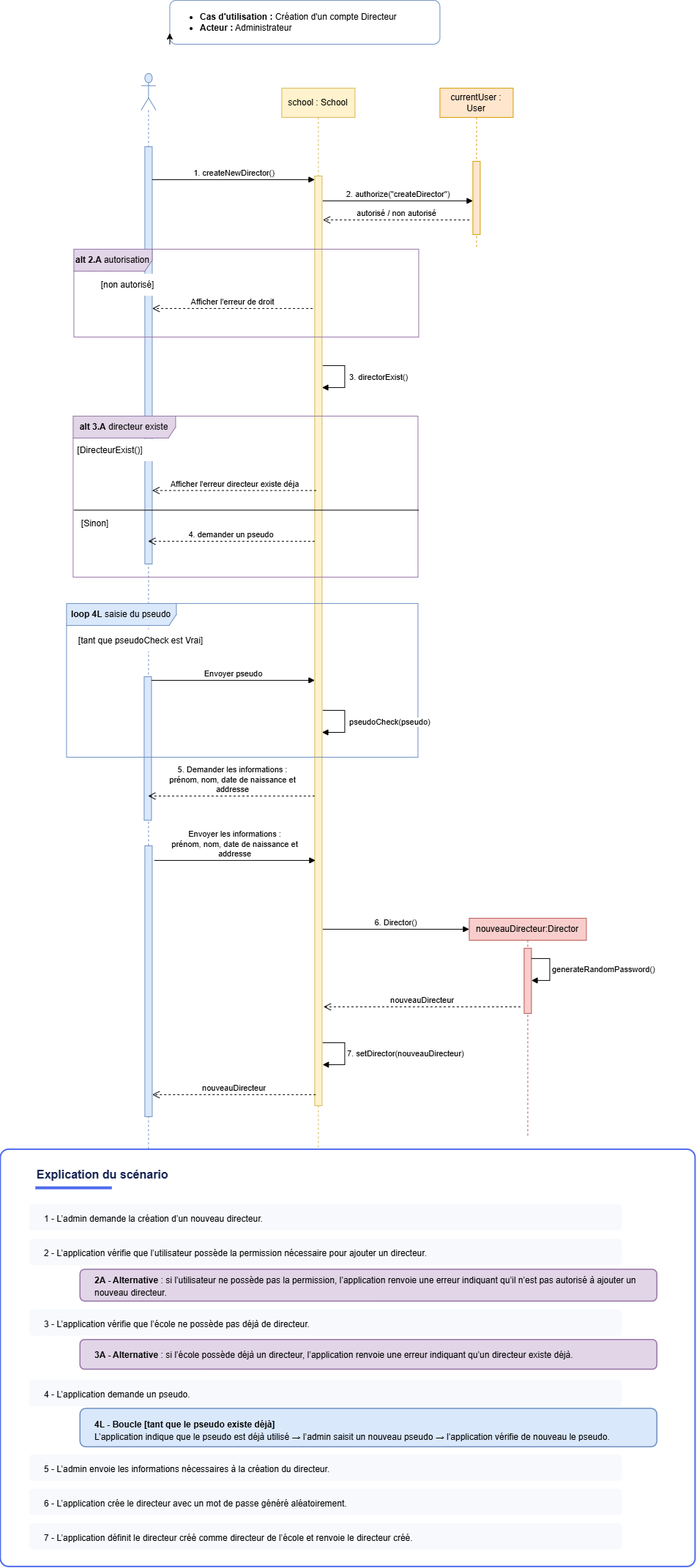
Above: Diagramme de séquences/diagramme de séquence-Création d'un compte Directeur.drawio.png in PinsolleP/UML_Ecole (draw.io), before the change. Source tidied: cells renumbered, new cells last; positions are measured from the earlier drawing's top-left corner, leaving out a move shared by most shapes.
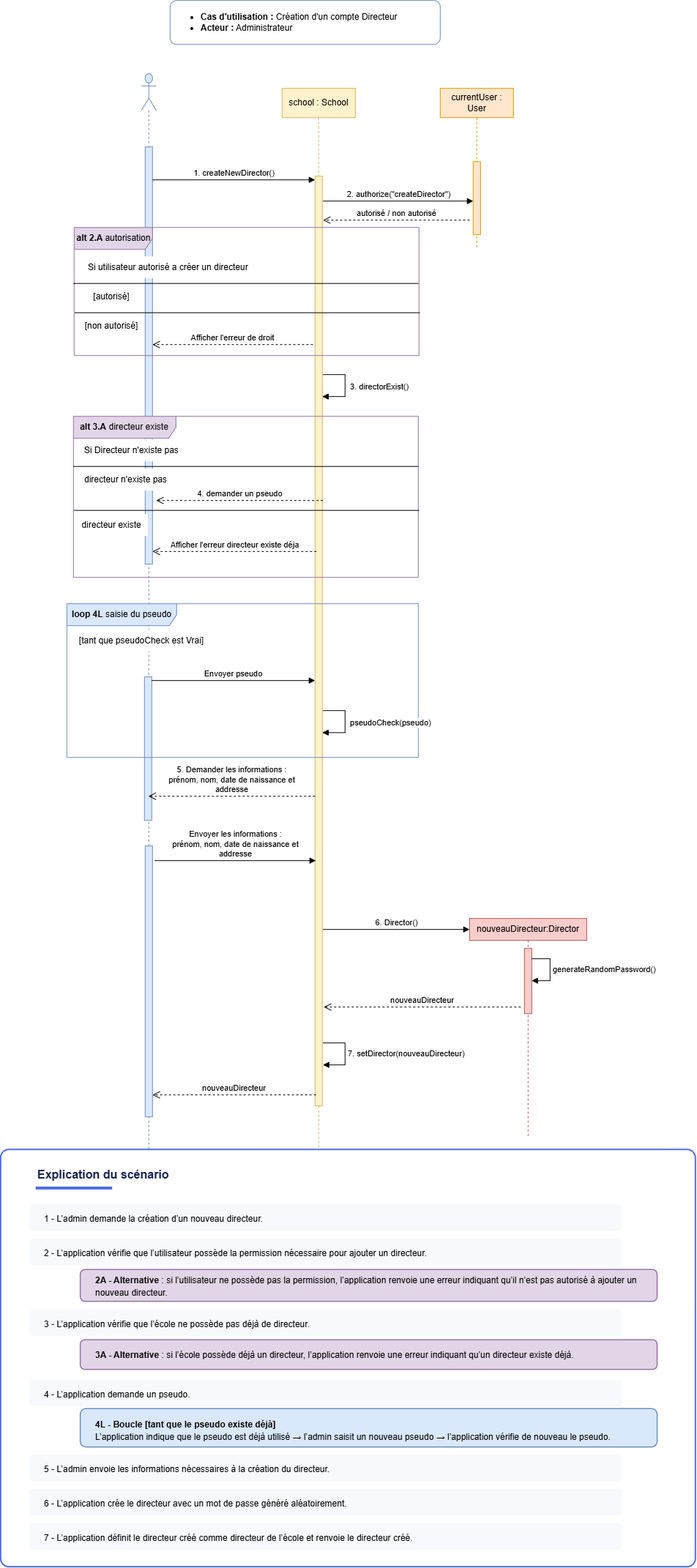
The same diagram one commit later.

Commit message:
Diagramme de séquence suite au retour du prof

Diff of the diagram source:
```diff
@@ -2,16 +2,16 @@
   <root>
     <mxCell id="0" />
     <mxCell id="1" parent="0" />
-    <mxCell id="2" style="shape=umlLifeline;perimeter=lifelinePerimeter;whiteSpace=wrap;html=1;newEdgeStyle={&quot;curved&quot;:0,&quot;rounded&quot;:0};participant=umlActor;size=50;fillColor=#dae8fc;strokeColor=#6c8ebf;" parent="1" vertex="1">
-      <mxGeometry x="192" y="100" width="20" height="1519" as="geometry" />
-    </mxCell>
+    <mxCell id="58" style="shape=umlLifeline;perimeter=lifelinePerimeter;whiteSpace=wrap;html=1;newEdgeStyle={&quot;curved&quot;:0,&quot;rounded&quot;:0};participant=umlActor;size=50;fillColor=#dae8fc;strokeColor=#6c8ebf;" parent="1" vertex="1">
+      <mxGeometry x="192" y="100" width="20" height="1519" as="geometry" />
+    </mxCell>
-    <mxCell id="3" style="html=1;points=[[0,0,0,0,5],[0,1,0,0,-5],[1,0,0,0,5],[1,1,0,0,-5]];perimeter=orthogonalPerimeter;outlineConnect=0;targetShapes=umlLifeline;portConstraint=eastwest;newEdgeStyle={&quot;curved&quot;:0,&quot;rounded&quot;:0};fillColor=#dae8fc;strokeColor=#6c8ebf;" parent="2" vertex="1">
+    <mxCell id="3" style="html=1;points=[[0,0,0,0,5],[0,1,0,0,-5],[1,0,0,0,5],[1,1,0,0,-5]];perimeter=orthogonalPerimeter;outlineConnect=0;targetShapes=umlLifeline;portConstraint=eastwest;newEdgeStyle={&quot;curved&quot;:0,&quot;rounded&quot;:0};fillColor=#dae8fc;strokeColor=#6c8ebf;" parent="58" vertex="1">
       <mxGeometry x="5" y="100" width="10" height="570" as="geometry" />
     </mxCell>
-    <mxCell id="4" style="html=1;points=[[0,0,0,0,5],[0,1,0,0,-5],[1,0,0,0,5],[1,1,0,0,-5]];perimeter=orthogonalPerimeter;outlineConnect=0;targetShapes=umlLifeline;portConstraint=eastwest;newEdgeStyle={&quot;curved&quot;:0,&quot;rounded&quot;:0};fillColor=#dae8fc;strokeColor=#6c8ebf;" parent="2" vertex="1">
+    <mxCell id="4" style="html=1;points=[[0,0,0,0,5],[0,1,0,0,-5],[1,0,0,0,5],[1,1,0,0,-5]];perimeter=orthogonalPerimeter;outlineConnect=0;targetShapes=umlLifeline;portConstraint=eastwest;newEdgeStyle={&quot;curved&quot;:0,&quot;rounded&quot;:0};fillColor=#dae8fc;strokeColor=#6c8ebf;" parent="58" vertex="1">
       <mxGeometry x="4" y="824" width="10" height="196" as="geometry" />
     </mxCell>
-    <mxCell id="5" style="html=1;points=[[0,0,0,0,5],[0,1,0,0,-5],[1,0,0,0,5],[1,1,0,0,-5]];perimeter=orthogonalPerimeter;outlineConnect=0;targetShapes=umlLifeline;portConstraint=eastwest;newEdgeStyle={&quot;curved&quot;:0,&quot;rounded&quot;:0};fillColor=#dae8fc;strokeColor=#6c8ebf;" parent="2" vertex="1">
+    <mxCell id="5" style="html=1;points=[[0,0,0,0,5],[0,1,0,0,-5],[1,0,0,0,5],[1,1,0,0,-5]];perimeter=orthogonalPerimeter;outlineConnect=0;targetShapes=umlLifeline;portConstraint=eastwest;newEdgeStyle={&quot;curved&quot;:0,&quot;rounded&quot;:0};fillColor=#dae8fc;strokeColor=#6c8ebf;" parent="58" vertex="1">
       <mxGeometry x="5" y="1055" width="10" height="370" as="geometry" />
     </mxCell>
     <mxCell id="6" value="school : School" style="shape=umlLifeline;perimeter=lifelinePerimeter;whiteSpace=wrap;html=1;newEdgeStyle={&quot;curved&quot;:0,&quot;rounded&quot;:0};fillColor=#fff2cc;strokeColor=#d6b656;" parent="1" vertex="1">
@@ -24,12 +24,12 @@
       <mxGeometry x="231" width="369" height="60" as="geometry" />
     </mxCell>
     <mxCell id="9" value="&lt;b&gt;alt 2.A&amp;nbsp;&lt;/b&gt;autorisation" style="shape=umlFrame;whiteSpace=wrap;html=1;width=107;height=30;fillColor=#e1d5e7;strokeColor=#9673a6;" parent="1" vertex="1">
-      <mxGeometry x="100" y="340" width="471" height="120" as="geometry" />
+      <mxGeometry x="100" y="310" width="471" height="175" as="geometry" />
     </mxCell>
     <mxCell id="10" value="4. demander un pseudo" style="html=1;verticalAlign=bottom;endArrow=open;dashed=1;endSize=8;curved=0;rounded=0;" parent="1" edge="1">
       <mxGeometry relative="1" as="geometry">
-        <mxPoint x="429" y="739" as="sourcePoint" />
-        <mxPoint x="201.3" y="739" as="targetPoint" />
+        <mxPoint x="439.7" y="683" as="sourcePoint" />
+        <mxPoint x="212" y="683" as="targetPoint" />
       </mxGeometry>
     </mxCell>
     <mxCell id="11" value="&lt;b&gt;loop 4L&lt;/b&gt; saisie du pseudo" style="shape=umlFrame;whiteSpace=wrap;html=1;width=150;height=30;fillColor=#dae8fc;strokeColor=#6c8ebf;" parent="1" vertex="1">
@@ -65,15 +65,15 @@
       <mxGeometry relative="1" as="geometry" />
     </mxCell>
     <mxCell id="17" value="[non autorisé]" style="text;html=1;whiteSpace=wrap;align=center;verticalAlign=middle;rounded=0;fillColor=default;" parent="1" vertex="1">
-      <mxGeometry x="133" y="374" width="82" height="30" as="geometry" />
+      <mxGeometry x="110" y="430" width="82" height="30" as="geometry" />
     </mxCell>
-    <mxCell id="18" value="[DirecteurExist()]" style="text;html=1;whiteSpace=wrap;align=center;verticalAlign=middle;rounded=0;fillColor=default;" parent="1" vertex="1">
-      <mxGeometry x="85" y="600" width="130" height="30" as="geometry" />
-    </mxCell>
+    <mxCell id="59" value="directeur existe" style="text;html=1;whiteSpace=wrap;align=center;verticalAlign=middle;rounded=0;fillColor=default;" parent="1" vertex="1">
+      <mxGeometry x="101" y="702" width="100" height="30" as="geometry" />
+    </mxCell>
     <mxCell id="19" value="Afficher l'erreur directeur existe déja" style="html=1;verticalAlign=bottom;endArrow=open;dashed=1;endSize=8;curved=0;rounded=0;exitX=0;exitY=1;exitDx=0;exitDy=-5;" parent="1" edge="1">
       <mxGeometry relative="1" as="geometry">
-        <mxPoint x="431" y="669.7" as="sourcePoint" />
-        <mxPoint x="207" y="669.7" as="targetPoint" />
+        <mxPoint x="431" y="752.7" as="sourcePoint" />
+        <mxPoint x="207" y="752.7" as="targetPoint" />
       </mxGeometry>
     </mxCell>
     <mxCell id="20" value="[tant que pseudoCheck est Vrai]" style="text;html=1;whiteSpace=wrap;align=center;verticalAlign=middle;rounded=0;fillColor=default;" parent="1" vertex="1">
@@ -129,8 +129,8 @@
     </mxCell>
     <mxCell id="30" value="Afficher l'erreur de droit" style="html=1;verticalAlign=bottom;endArrow=open;dashed=1;endSize=8;curved=0;rounded=0;exitX=0;exitY=1;exitDx=0;exitDy=-5;" parent="1" edge="1">
       <mxGeometry relative="1" as="geometry">
-        <mxPoint x="426.2" y="421" as="sourcePoint" />
-        <mxPoint x="207" y="421" as="targetPoint" />
+        <mxPoint x="426.2" y="470" as="sourcePoint" />
+        <mxPoint x="207" y="470" as="targetPoint" />
       </mxGeometry>
     </mxCell>
     <mxCell id="31" value="&lt;b&gt;alt 3.A&lt;/b&gt; directeur existe" style="shape=umlFrame;whiteSpace=wrap;html=1;width=140;height=30;fillColor=#e1d5e7;strokeColor=#9673a6;" parent="1" vertex="1">
@@ -138,11 +138,11 @@
     </mxCell>
     <mxCell id="32" value="&amp;nbsp;3. directorExist()" style="html=1;align=left;spacingLeft=2;endArrow=block;rounded=0;edgeStyle=orthogonalEdgeStyle;curved=0;rounded=0;" parent="1" edge="1">
       <mxGeometry x="0.01" relative="1" as="geometry">
-        <mxPoint x="440" y="499" as="sourcePoint" />
-        <mxPoint x="439" y="529" as="targetPoint" />
+        <mxPoint x="440" y="511" as="sourcePoint" />
+        <mxPoint x="439" y="541" as="targetPoint" />
         <Array as="points">
-          <mxPoint x="470" y="499" />
-          <mxPoint x="470" y="529" />
+          <mxPoint x="470" y="511" />
+          <mxPoint x="470" y="541" />
         </Array>
       </mxGeometry>
     </mxCell>
@@ -162,19 +162,19 @@
         <mxPoint x="430" y="1175" as="targetPoint" />
       </mxGeometry>
     </mxCell>
-    <mxCell id="35" style="line;strokeWidth=1;fillColor=none;align=left;verticalAlign=middle;spacingTop=-1;spacingLeft=3;spacingRight=3;labelPosition=right;strokeColor=inherit;" parent="1" vertex="1">
-      <mxGeometry x="100" y="650" width="471" height="93" as="geometry" />
-    </mxCell>
-    <mxCell id="36" value="[Sinon]" style="text;html=1;whiteSpace=wrap;align=center;verticalAlign=middle;rounded=0;fillColor=default;" parent="1" vertex="1">
-      <mxGeometry x="109" y="700" width="41" height="30" as="geometry" />
-    </mxCell>
-    <mxCell id="37" style="group;" parent="1" vertex="1">
-      <mxGeometry y="1570" width="949" height="570" as="geometry" />
-    </mxCell>
+    <mxCell id="60" style="line;strokeWidth=1;fillColor=none;align=left;verticalAlign=middle;spacingTop=-1;spacingLeft=3;spacingRight=3;labelPosition=right;strokeColor=inherit;" parent="1" vertex="1">
+      <mxGeometry x="100" y="650" width="471" height="93" as="geometry" />
+    </mxCell>
+    <mxCell id="61" value="directeur n'existe pas" style="text;html=1;whiteSpace=wrap;align=center;verticalAlign=middle;rounded=0;fillColor=default;" parent="1" vertex="1">
+      <mxGeometry x="110" y="640" width="121" height="30" as="geometry" />
+    </mxCell>
+    <mxCell id="62" style="group;" parent="1" vertex="1">
+      <mxGeometry y="1570" width="949" height="570" as="geometry" />
+    </mxCell>
-    <mxCell id="38" style="rounded=1;whiteSpace=wrap;html=1;fillColor=#FFFFFF;strokeColor=#4F6BED;strokeWidth=2;arcSize=2;" parent="37" vertex="1">
+    <mxCell id="38" style="rounded=1;whiteSpace=wrap;html=1;fillColor=#FFFFFF;strokeColor=#4F6BED;strokeWidth=2;arcSize=2;" parent="62" vertex="1">
       <mxGeometry width="949" height="570" as="geometry" />
     </mxCell>
-    <mxCell id="39" style="group;" parent="37" vertex="1">
+    <mxCell id="39" style="group;" parent="62" vertex="1">
       <mxGeometry x="47.9" y="13.7" width="452.7" height="42.8" as="geometry" />
     </mxCell>
     <mxCell id="40" value="&lt;b&gt;&lt;font style=&quot;font-size: 16px;&quot;&gt;Explication du scénario&lt;/font&gt;&lt;/b&gt;" style="text;html=1;align=left;verticalAlign=middle;whiteSpace=wrap;rounded=0;fontSize=26;fontColor=#172554;" parent="39" vertex="1">
@@ -183,53 +183,68 @@
     <mxCell id="41" style="shape=line;strokeColor=#4F6BED;strokeWidth=4;" parent="39" vertex="1">
       <mxGeometry y="35.2" width="104.5" height="7.5" as="geometry" />
     </mxCell>
-    <mxCell id="42" style="group;" parent="37" vertex="1">
+    <mxCell id="42" style="group;" parent="62" vertex="1">
       <mxGeometry x="39.2" y="122" width="857.6" height="85.5" as="geometry" />
     </mxCell>
     <mxCell id="43" value="&lt;font style=&quot;font-size: 12px;&quot;&gt;&lt;b style=&quot;&quot;&gt;2A - Alternative&lt;/b&gt; : si l’utilisateur ne possède pas la permission, l’application renvoie une erreur indiquant qu’il n’est pas autorisé à ajouter un nouveau directeur.&lt;/font&gt;" style="rounded=1;whiteSpace=wrap;html=1;fillColor=#e1d5e7;strokeColor=#9673a6;strokeWidth=1.5;fontSize=14;align=left;spacingLeft=18;" parent="42" vertex="1">
       <mxGeometry x="69.7" y="42" width="787.9" height="43.5" as="geometry" />
     </mxCell>
-    <mxCell id="44" style="group;" parent="37" vertex="1">
+    <mxCell id="44" style="group;" parent="62" vertex="1">
       <mxGeometry x="39.2" y="218" width="857.6" height="82.5" as="geometry" />
     </mxCell>
     <mxCell id="45" value="&lt;font style=&quot;font-size: 12px;&quot;&gt;&lt;b style=&quot;&quot;&gt;3A - Alternative&lt;/b&gt; : si l’école possède déjà un directeur, l’application renvoie une erreur indiquant qu’un directeur existe déjà.&lt;/font&gt;" style="rounded=1;whiteSpace=wrap;html=1;fillColor=#e1d5e7;strokeColor=#9673a6;strokeWidth=1.5;fontSize=14;align=left;spacingLeft=18;" parent="44" vertex="1">
       <mxGeometry x="69.7" y="42" width="787.9" height="40.5" as="geometry" />
     </mxCell>
-    <mxCell id="46" style="group;" parent="37" vertex="1">
+    <mxCell id="46" style="group;" parent="62" vertex="1">
       <mxGeometry x="39.2" y="312" width="857.6" height="94.5" as="geometry" />
     </mxCell>
     <mxCell id="47" value="&lt;font style=&quot;font-size: 12px;&quot;&gt;&lt;b style=&quot;&quot;&gt;4L - Boucle [tant que le pseudo existe déjà]&lt;/b&gt;&lt;br&gt;L’application indique que le pseudo est déjà utilisé → l’admin saisit un nouveau pseudo → l’application vérifie de nouveau le pseudo.&lt;/font&gt;" style="rounded=1;whiteSpace=wrap;html=1;fillColor=#dae8fc;strokeColor=#6c8ebf;strokeWidth=1.5;fontSize=14;align=left;spacingLeft=18;spacingTop=6;" parent="46" vertex="1">
       <mxGeometry x="69.7" y="42" width="787.9" height="52.5" as="geometry" />
     </mxCell>
-    <mxCell id="48" style="group;" parent="37" vertex="1">
+    <mxCell id="48" style="group;" parent="62" vertex="1">
       <mxGeometry x="39.2" y="464" width="857.6" height="36" as="geometry" />
     </mxCell>
     <mxCell id="49" value="&lt;font style=&quot;font-size: 12px;&quot;&gt;6 - L’application crée le directeur avec un mot de passe généré aléatoirement.&lt;/font&gt;" style="rounded=1;whiteSpace=wrap;html=1;fillColor=#F7F9FC;strokeColor=none;fontSize=15;align=left;spacingLeft=18;" parent="48" vertex="1">
       <mxGeometry y="-0.2" width="809.7" height="36" as="geometry" />
     </mxCell>
-    <mxCell id="50" style="group;" parent="37" vertex="1">
+    <mxCell id="50" style="group;" parent="62" vertex="1">
       <mxGeometry x="39.2" y="510.7" width="857.6" height="36" as="geometry" />
     </mxCell>
     <mxCell id="51" value="&lt;font style=&quot;font-size: 12px;&quot;&gt;7 - L’application définit le directeur créé comme directeur de l’école et renvoie le directeur créé.&lt;/font&gt;" style="rounded=1;whiteSpace=wrap;html=1;fillColor=#F7F9FC;strokeColor=none;fontSize=15;align=left;spacingLeft=18;" parent="50" vertex="1">
       <mxGeometry width="809.7" height="36" as="geometry" />
     </mxCell>
-    <mxCell id="52" value="&lt;font style=&quot;font-size: 12px;&quot;&gt;1 - L’admin demande la création d’un nouveau directeur.&lt;/font&gt;" style="rounded=1;whiteSpace=wrap;html=1;fillColor=#F7F9FC;strokeColor=none;fontSize=15;align=left;spacingLeft=18;" parent="37" vertex="1">
+    <mxCell id="52" value="&lt;font style=&quot;font-size: 12px;&quot;&gt;1 - L’admin demande la création d’un nouveau directeur.&lt;/font&gt;" style="rounded=1;whiteSpace=wrap;html=1;fillColor=#F7F9FC;strokeColor=none;fontSize=15;align=left;spacingLeft=18;" parent="62" vertex="1">
       <mxGeometry x="39.2" y="75" width="809.7" height="36" as="geometry" />
     </mxCell>
-    <mxCell id="53" value="&lt;font style=&quot;font-size: 12px;&quot;&gt;2 - L’application vérifie que l’utilisateur possède la permission nécessaire pour ajouter un directeur.&lt;/font&gt;" style="rounded=1;whiteSpace=wrap;html=1;fillColor=#F7F9FC;strokeColor=none;fontSize=15;align=left;spacingLeft=18;" parent="37" vertex="1">
+    <mxCell id="53" value="&lt;font style=&quot;font-size: 12px;&quot;&gt;2 - L’application vérifie que l’utilisateur possède la permission nécessaire pour ajouter un directeur.&lt;/font&gt;" style="rounded=1;whiteSpace=wrap;html=1;fillColor=#F7F9FC;strokeColor=none;fontSize=15;align=left;spacingLeft=18;" parent="62" vertex="1">
       <mxGeometry x="39.2" y="122.2" width="809.7" height="36" as="geometry" />
     </mxCell>
-    <mxCell id="54" value="&lt;font style=&quot;font-size: 12px;&quot;&gt;3 - L’application vérifie que l’école ne possède pas déjà de directeur.&lt;/font&gt;" style="rounded=1;whiteSpace=wrap;html=1;fillColor=#F7F9FC;strokeColor=none;fontSize=15;align=left;spacingLeft=18;" parent="37" vertex="1">
+    <mxCell id="54" value="&lt;font style=&quot;font-size: 12px;&quot;&gt;3 - L’application vérifie que l’école ne possède pas déjà de directeur.&lt;/font&gt;" style="rounded=1;whiteSpace=wrap;html=1;fillColor=#F7F9FC;strokeColor=none;fontSize=15;align=left;spacingLeft=18;" parent="62" vertex="1">
       <mxGeometry x="39.2" y="219" width="809.7" height="36" as="geometry" />
     </mxCell>
-    <mxCell id="55" value="&lt;font style=&quot;font-size: 12px;&quot;&gt;4 - L’application demande un pseudo.&lt;/font&gt;" style="rounded=1;whiteSpace=wrap;html=1;fillColor=#F7F9FC;strokeColor=none;fontSize=15;align=left;spacingLeft=18;" parent="37" vertex="1">
+    <mxCell id="55" value="&lt;font style=&quot;font-size: 12px;&quot;&gt;4 - L’application demande un pseudo.&lt;/font&gt;" style="rounded=1;whiteSpace=wrap;html=1;fillColor=#F7F9FC;strokeColor=none;fontSize=15;align=left;spacingLeft=18;" parent="62" vertex="1">
       <mxGeometry x="39.2" y="315" width="809.7" height="36" as="geometry" />
     </mxCell>
-    <mxCell id="56" value="&lt;font style=&quot;font-size: 12px;&quot;&gt;5 - L’admin envoie les informations nécessaires à la création du directeur.&lt;/font&gt;" style="rounded=1;whiteSpace=wrap;html=1;fillColor=#F7F9FC;strokeColor=none;fontSize=15;align=left;spacingLeft=18;" parent="37" vertex="1">
+    <mxCell id="56" value="&lt;font style=&quot;font-size: 12px;&quot;&gt;5 - L’admin envoie les informations nécessaires à la création du directeur.&lt;/font&gt;" style="rounded=1;whiteSpace=wrap;html=1;fillColor=#F7F9FC;strokeColor=none;fontSize=15;align=left;spacingLeft=18;" parent="62" vertex="1">
       <mxGeometry x="39.2" y="417" width="809.7" height="36" as="geometry" />
     </mxCell>
-    <mxCell id="57" style="edgeStyle=orthogonalEdgeStyle;rounded=0;orthogonalLoop=1;jettySize=auto;html=1;innerLoopWaypoints=1;exitX=0;exitY=1;exitDx=0;exitDy=0;entryX=0;entryY=0.75;entryDx=0;entryDy=0;" parent="1" edge="1" source="8" target="8">
-      <mxGeometry relative="1" as="geometry" />
-    </mxCell>
+    <mxCell id="63" style="line;strokeWidth=1;fillColor=none;align=left;verticalAlign=middle;spacingTop=-1;spacingLeft=3;spacingRight=3;labelPosition=right;strokeColor=inherit;" parent="1" vertex="1">
+      <mxGeometry x="99" y="590" width="471" height="93" as="geometry" />
+    </mxCell>
+    <mxCell id="64" value="Si Directeur n'existe pas&amp;nbsp;" style="text;html=1;whiteSpace=wrap;align=center;verticalAlign=middle;rounded=0;fillColor=default;" parent="1" vertex="1">
+      <mxGeometry x="110" y="600" width="140" height="30" as="geometry" />
+    </mxCell>
+    <mxCell id="65" style="line;strokeWidth=1;fillColor=none;align=left;verticalAlign=middle;spacingTop=-1;spacingLeft=3;spacingRight=3;labelPosition=right;strokeColor=inherit;" parent="1" vertex="1">
+      <mxGeometry x="101" y="380" width="471" height="93" as="geometry" />
+    </mxCell>
+    <mxCell id="66" value="[autorisé]" style="text;html=1;whiteSpace=wrap;align=center;verticalAlign=middle;rounded=0;fillColor=default;" parent="1" vertex="1">
+      <mxGeometry x="110" y="390" width="82" height="30" as="geometry" />
+    </mxCell>
+    <mxCell id="67" style="line;strokeWidth=1;fillColor=none;align=left;verticalAlign=middle;spacingTop=-1;spacingLeft=3;spacingRight=3;labelPosition=right;strokeColor=inherit;" parent="1" vertex="1">
+      <mxGeometry x="99" y="340" width="471" height="93" as="geometry" />
+    </mxCell>
+    <mxCell id="68" value="Si utilisateur autorisé a créer un directeur&amp;nbsp;" style="text;html=1;whiteSpace=wrap;align=center;verticalAlign=middle;rounded=0;fillColor=default;" parent="1" vertex="1">
+      <mxGeometry x="110" y="350" width="240" height="30" as="geometry" />
+    </mxCell>
   </root>
 </mxGraphModel>
```
